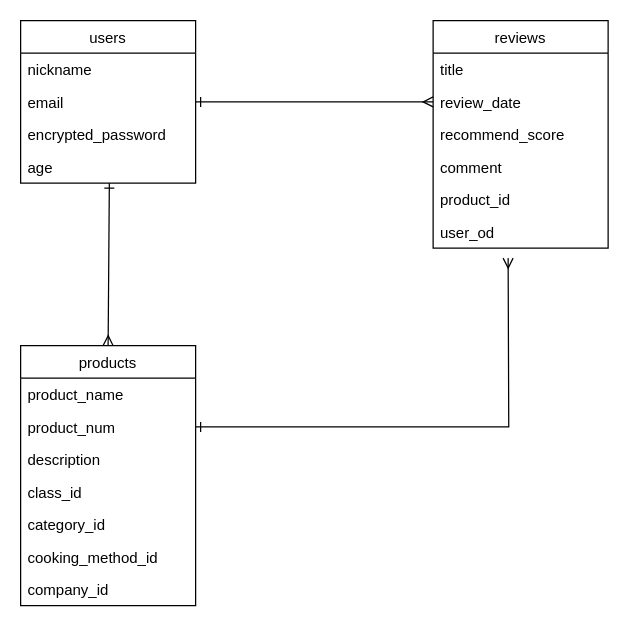
yanagiraku/reito-36114-app keeps this draw.io diagram as reito-36114.dio. Above is the earlier version. Source tidied: cells renumbered, new cells numbered last; positions are measured from the earlier drawing's top-left corner, leaving out a move shared by most shapes. Both pictures are drawn from the tidied source at 125%, with x=0, y=0 at pixel (20, 20).
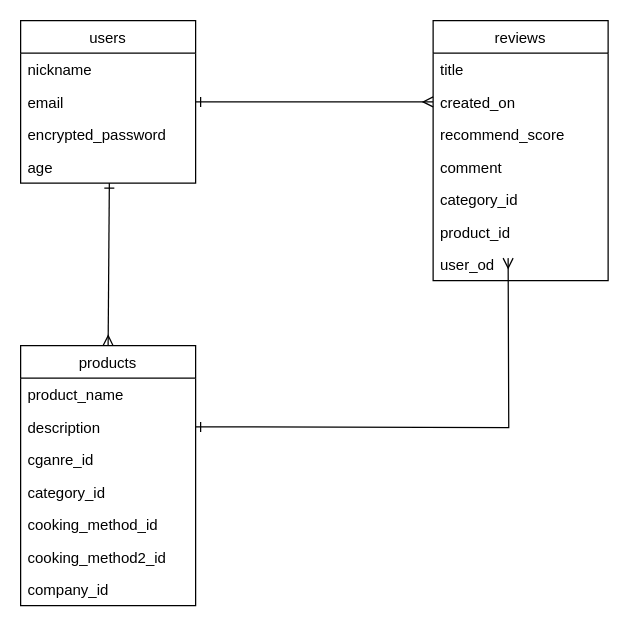
The same diagram, later.

The change refers to these unchanged cells:
```xml
<mxCell id="7" value="products" style="swimlane;fontStyle=0;horizontal=1;startSize=26;" parent="1" vertex="1">
  <mxGeometry y="260" width="140" height="208" as="geometry" />
</mxCell>
```

Change to the diagram source:
```diff
@@
-    <mxCell id="9" value="product_num" style="text;strokeColor=none;fillColor=none;align=left;verticalAlign=top;spacingLeft=4;spacingRight=4;overflow=hidden;points=[[0,0.5],[1,0.5]];portConstraint=eastwest;" parent="7" vertex="1">
-      <mxGeometry y="52" width="140" height="26" as="geometry" />
-    </mxCell>
     <mxCell id="10" value="description" style="text;strokeColor=none;fillColor=none;align=left;verticalAlign=top;spacingLeft=4;spacingRight=4;overflow=hidden;" parent="7" vertex="1">
-      <mxGeometry y="78" width="140" height="26" as="geometry" />
+      <mxGeometry y="52" width="140" height="26" as="geometry" />
     </mxCell>
-    <mxCell id="11" value="class_id" style="text;strokeColor=none;fillColor=none;align=left;verticalAlign=top;spacingLeft=4;spacingRight=4;overflow=hidden;" parent="7" vertex="1">
-      <mxGeometry y="104" width="140" height="26" as="geometry" />
+    <mxCell id="11" value="cganre_id" style="text;strokeColor=none;fillColor=none;align=left;verticalAlign=top;spacingLeft=4;spacingRight=4;overflow=hidden;" parent="7" vertex="1">
+      <mxGeometry y="78" width="140" height="26" as="geometry" />
     </mxCell>
     <mxCell id="12" value="category_id" style="text;strokeColor=none;fillColor=none;align=left;verticalAlign=top;spacingLeft=4;spacingRight=4;overflow=hidden;" parent="7" vertex="1">
-      <mxGeometry y="130" width="140" height="26" as="geometry" />
+      <mxGeometry y="104" width="140" height="26" as="geometry" />
     </mxCell>
+    <mxCell id="25" value="cooking_method_id" style="text;strokeColor=none;fillColor=none;align=left;verticalAlign=top;spacingLeft=4;spacingRight=4;overflow=hidden;" parent="7" vertex="1">
+      <mxGeometry y="130" width="140" height="26" as="geometry" />
+    </mxCell>
-    <mxCell id="13" value="cooking_method_id" style="text;strokeColor=none;fillColor=none;align=left;verticalAlign=top;spacingLeft=4;spacingRight=4;overflow=hidden;" parent="7" vertex="1">
+    <mxCell id="13" value="cooking_method2_id" style="text;strokeColor=none;fillColor=none;align=left;verticalAlign=top;spacingLeft=4;spacingRight=4;overflow=hidden;" parent="7" vertex="1">
       <mxGeometry y="156" width="140" height="26" as="geometry" />
     </mxCell>
@@
     <mxCell id="15" value="reviews" style="swimlane;fontStyle=0;horizontal=1;startSize=26;" parent="1" vertex="1">
-      <mxGeometry x="330" width="140" height="182" as="geometry" />
+      <mxGeometry x="330" width="140" height="208" as="geometry" />
     </mxCell>
@@
-    <mxCell id="17" value="review_date" style="text;strokeColor=none;fillColor=none;align=left;verticalAlign=top;spacingLeft=4;spacingRight=4;overflow=hidden;points=[[0,0.5],[1,0.5]];portConstraint=eastwest;" parent="15" vertex="1">
+    <mxCell id="17" value="created_on" style="text;strokeColor=none;fillColor=none;align=left;verticalAlign=top;spacingLeft=4;spacingRight=4;overflow=hidden;points=[[0,0.5],[1,0.5]];portConstraint=eastwest;" parent="15" vertex="1">
       <mxGeometry y="52" width="140" height="26" as="geometry" />
     </mxCell>
@@
+    <mxCell id="26" value="comment" style="text;strokeColor=none;fillColor=none;align=left;verticalAlign=top;spacingLeft=4;spacingRight=4;overflow=hidden;" parent="15" vertex="1">
+      <mxGeometry y="104" width="140" height="26" as="geometry" />
+    </mxCell>
-    <mxCell id="19" value="comment" style="text;strokeColor=none;fillColor=none;align=left;verticalAlign=top;spacingLeft=4;spacingRight=4;overflow=hidden;" parent="15" vertex="1">
-      <mxGeometry y="104" width="140" height="26" as="geometry" />
+    <mxCell id="19" value="category_id" style="text;strokeColor=none;fillColor=none;align=left;verticalAlign=top;spacingLeft=4;spacingRight=4;overflow=hidden;" parent="15" vertex="1">
+      <mxGeometry y="130" width="140" height="26" as="geometry" />
     </mxCell>
     <mxCell id="20" value="product_id" style="text;strokeColor=none;fillColor=none;align=left;verticalAlign=top;spacingLeft=4;spacingRight=4;overflow=hidden;" parent="15" vertex="1">
-      <mxGeometry y="130" width="140" height="26" as="geometry" />
+      <mxGeometry y="156" width="140" height="26" as="geometry" />
     </mxCell>
     <mxCell id="21" value="user_od" style="text;strokeColor=none;fillColor=none;align=left;verticalAlign=top;spacingLeft=4;spacingRight=4;overflow=hidden;" parent="15" vertex="1">
-      <mxGeometry y="156" width="140" height="26" as="geometry" />
+      <mxGeometry y="182" width="140" height="26" as="geometry" />
     </mxCell>
@@
-    <mxCell id="23" style="edgeStyle=orthogonalEdgeStyle;rounded=0;jettySize=auto;html=1;exitX=1;exitY=0.5;exitDx=0;exitDy=0;startArrow=ERone;startFill=0;endArrow=ERmany;endFill=0;" parent="1" edge="1" source="9">
+    <mxCell id="23" style="edgeStyle=orthogonalEdgeStyle;rounded=0;orthogonalLoop=1;jettySize=auto;html=1;exitX=1;exitY=0.5;exitDx=0;exitDy=0;startArrow=ERone;startFill=0;endArrow=ERmany;endFill=0;" parent="1" edge="1">
       <mxGeometry relative="1" as="geometry">
+        <mxPoint x="140" y="325" as="sourcePoint" />
         <mxPoint x="390" y="190" as="targetPoint" />
       </mxGeometry>
     </mxCell>
```
